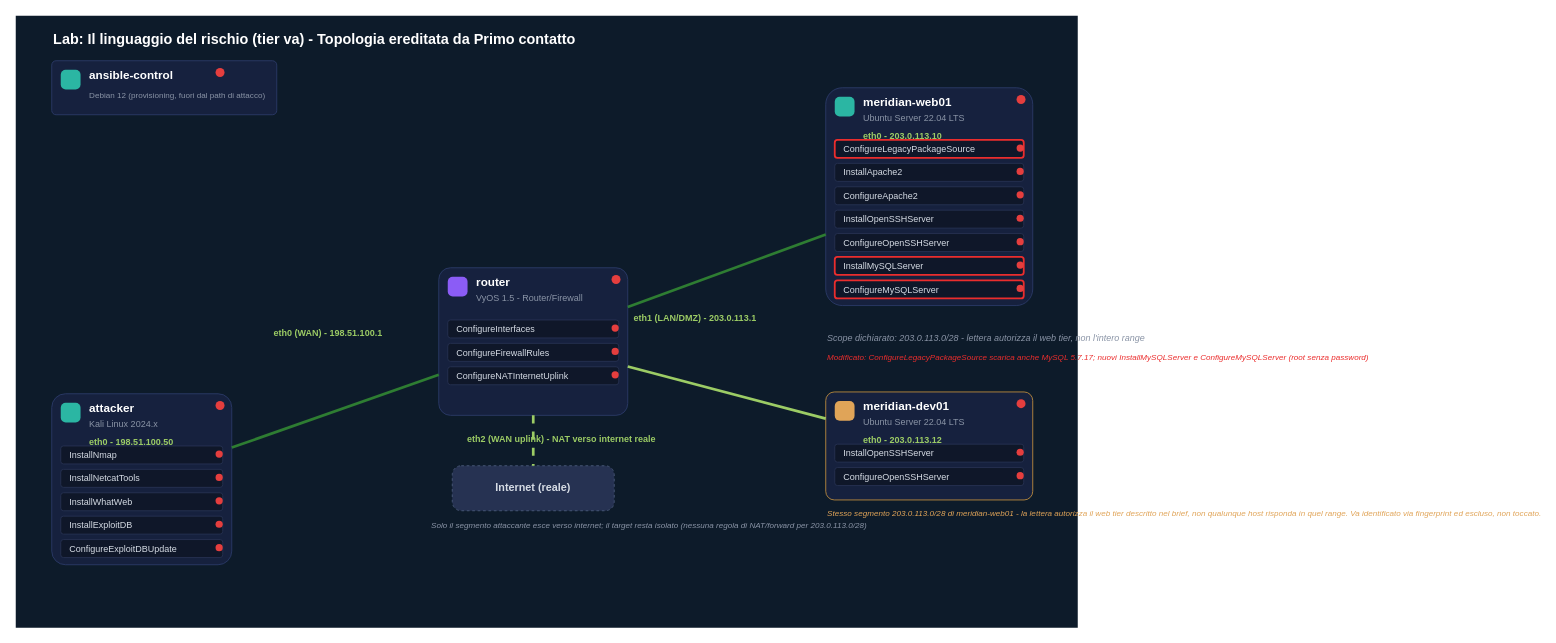
Above: docs/labs/risk-language/risk-language-topology.drawio in leoleo1010/CPPT (draw.io), before the change. Source tidied: cells renumbered, new cells numbered last; positions are measured from the earlier drawing's top-left corner, leaving out a move shared by most shapes. Both pictures are drawn from the tidied source at 90%, with x=0, y=0 at pixel (15, 15).
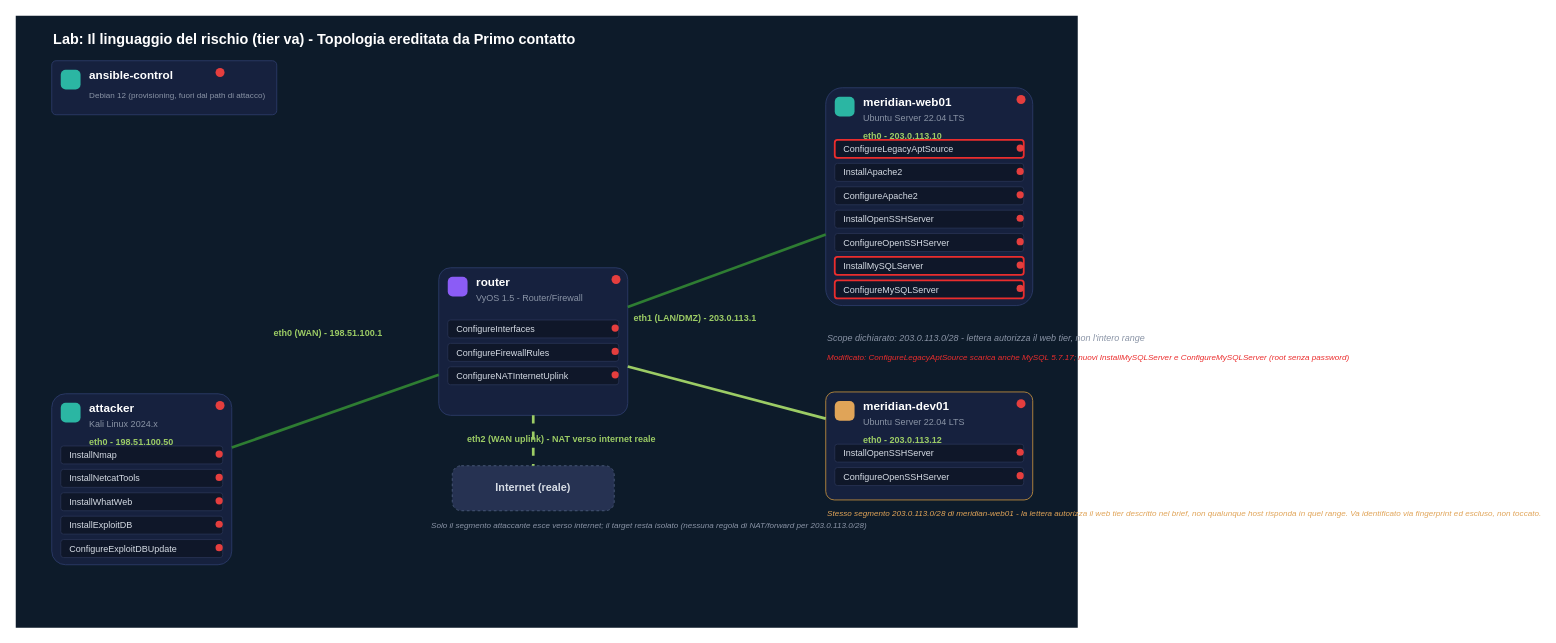
The same diagram, later.

Commit message (it also covers changes not shown here):
Rename ConfigureLegacyPackageSource to ConfigureLegacyAptSource

What changed in the source:
```diff
@@
-    <mxCell id="41" value="ConfigureLegacyPackageSource" style="rounded=1;arcSize=15;whiteSpace=wrap;html=1;fillColor=#0F1729;strokeColor=#EB2D2D;strokeWidth=2;fontColor=#D6DCE5;fontSize=10;align=left;spacingLeft=8;" parent="1" vertex="1">
+    <mxCell id="41" value="ConfigureLegacyAptSource" style="rounded=1;arcSize=15;whiteSpace=wrap;html=1;fillColor=#0F1729;strokeColor=#EB2D2D;strokeWidth=2;fontColor=#D6DCE5;fontSize=10;align=left;spacingLeft=8;" parent="1" vertex="1">
       <mxGeometry x="910" y="138" width="210" height="20" as="geometry" />
     </mxCell>
@@
-    <mxCell id="62" value="Modificato: ConfigureLegacyPackageSource scarica anche MySQL 5.7.17; nuovi InstallMySQLServer e ConfigureMySQLServer (root senza password)" style="text;html=1;fontSize=9;fontColor=#EB2D2D;fontStyle=2;" parent="1" vertex="1">
+    <mxCell id="62" value="Modificato: ConfigureLegacyAptSource scarica anche MySQL 5.7.17; nuovi InstallMySQLServer e ConfigureMySQLServer (root senza password)" style="text;html=1;fontSize=9;fontColor=#EB2D2D;fontStyle=2;" parent="1" vertex="1">
       <mxGeometry x="900" y="368" width="260" height="40" as="geometry" />
     </mxCell>
```
